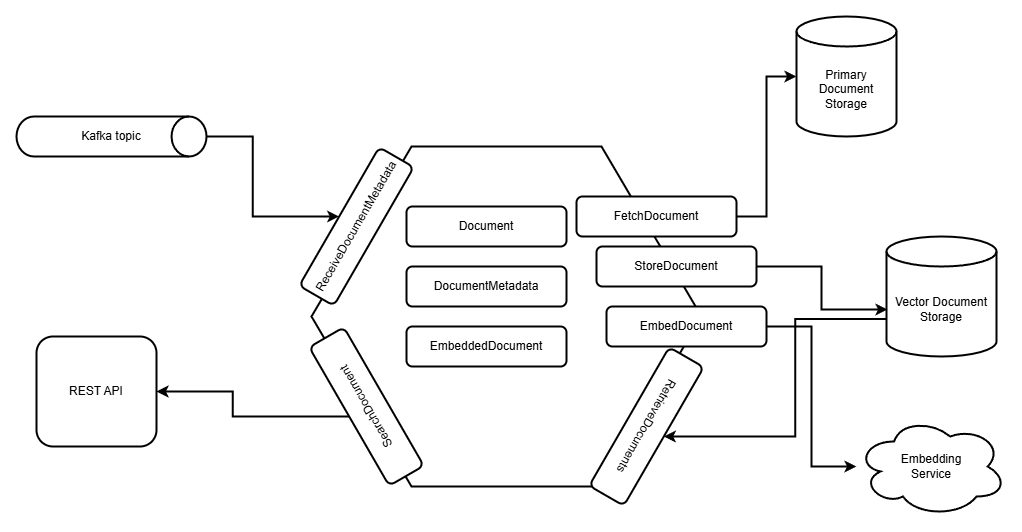
MarkSudnev/okey-dockey keeps this draw.io diagram as purple-app/docs/architecture.png. Above is the earlier version. Source tidied: cells renumbered, new cells last; positions are measured from the earlier drawing's top-left corner, leaving out a move shared by most shapes.
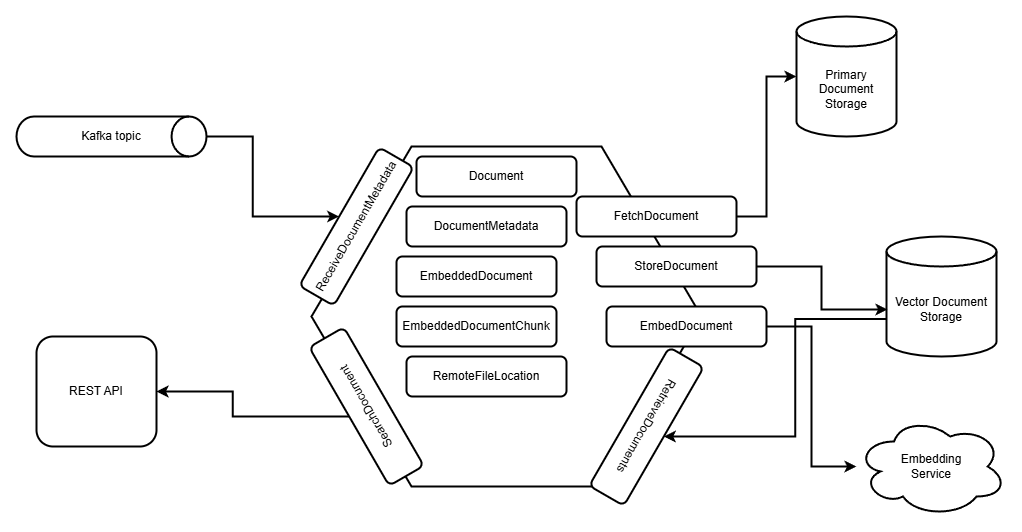
The same file after the commit.

Commit message:
purple-app: update architecture.png

Change to the diagram source:
```diff
@@ -12,13 +12,13 @@
       <mxGeometry y="100" width="190" height="40" as="geometry" />
     </mxCell>
     <mxCell id="5" value="Document" style="rounded=1;whiteSpace=wrap;html=1;strokeWidth=2;" parent="1" vertex="1">
-      <mxGeometry x="390" y="190" width="160" height="40" as="geometry" />
+      <mxGeometry x="400" y="140" width="160" height="40" as="geometry" />
     </mxCell>
     <mxCell id="6" value="ReceiveDocumentMetadata" style="rounded=1;whiteSpace=wrap;html=1;rotation=-60;strokeWidth=2;" parent="1" vertex="1">
       <mxGeometry x="260" y="190" width="160" height="40" as="geometry" />
     </mxCell>
     <mxCell id="7" value="DocumentMetadata" style="rounded=1;whiteSpace=wrap;html=1;strokeWidth=2;" parent="1" vertex="1">
-      <mxGeometry x="390" y="250" width="160" height="40" as="geometry" />
+      <mxGeometry x="390" y="190" width="160" height="40" as="geometry" />
     </mxCell>
     <mxCell id="8" value="REST API" style="rounded=1;whiteSpace=wrap;html=1;strokeWidth=2;" parent="1" vertex="1">
       <mxGeometry x="20" y="320" width="120" height="110" as="geometry" />
@@ -63,7 +63,13 @@
       <mxGeometry relative="1" as="geometry" />
     </mxCell>
     <mxCell id="22" value="EmbeddedDocument" style="rounded=1;whiteSpace=wrap;html=1;strokeWidth=2;" parent="1" vertex="1">
-      <mxGeometry x="390" y="310" width="160" height="40" as="geometry" />
+      <mxGeometry x="380" y="240" width="160" height="40" as="geometry" />
     </mxCell>
+    <mxCell id="23" value="EmbeddedDocumentChunk" style="rounded=1;whiteSpace=wrap;html=1;strokeWidth=2;" parent="1" vertex="1">
+      <mxGeometry x="380" y="290" width="160" height="40" as="geometry" />
+    </mxCell>
+    <mxCell id="24" value="RemoteFileLocation" style="rounded=1;whiteSpace=wrap;html=1;strokeWidth=2;" parent="1" vertex="1">
+      <mxGeometry x="390" y="340" width="160" height="40" as="geometry" />
+    </mxCell>
   </root>
 </mxGraphModel>
```
